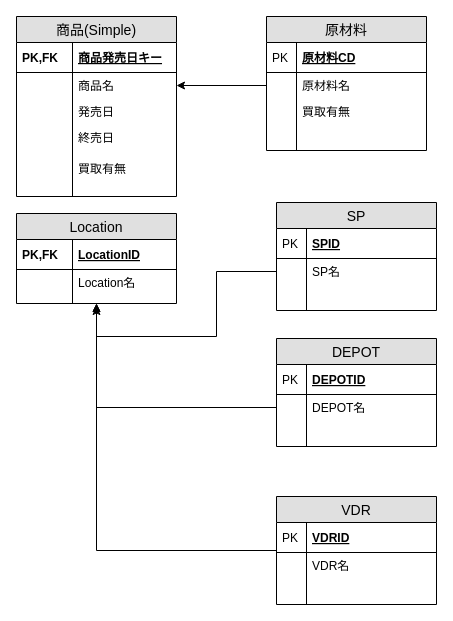
Earlier version of the draw.io diagram page "Page-1" (1 of 2) of D22.drawio (bishop6800/DEMO). Source tidied: cells renumbered, new cells numbered last; positions are measured from the earlier drawing's top-left corner, leaving out a move shared by most shapes. Both pictures are drawn from the tidied source at 100%, with x=0, y=0 at pixel (16, 16).
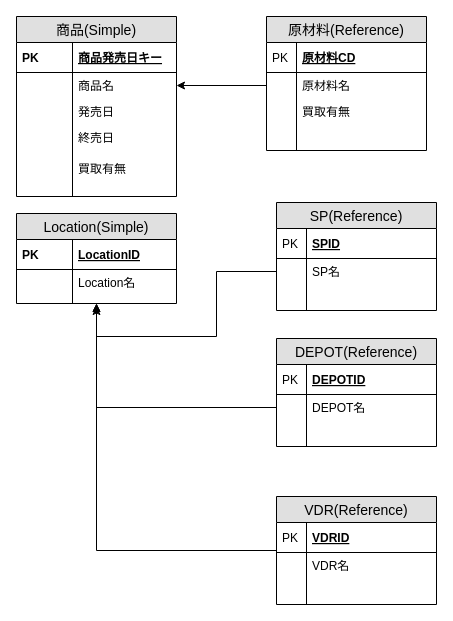
The same diagram, later.

The change refers to these unchanged cells:
```xml
<mxCell id="12" value="商品発売日キー" style="shape=partialRectangle;top=0;left=0;right=0;bottom=1;align=left;verticalAlign=middle;fillColor=none;spacingLeft=60;spacingRight=4;overflow=hidden;fontStyle=5;fontSize=12;" parent="11" vertex="1">
  <mxGeometry y="26" width="160" height="30" as="geometry" />
</mxCell>
<mxCell id="26" value="LocationID" style="shape=partialRectangle;top=0;left=0;right=0;bottom=1;align=left;verticalAlign=middle;fillColor=none;spacingLeft=60;spacingRight=4;overflow=hidden;fontStyle=5;fontSize=12;" parent="25" vertex="1">
  <mxGeometry y="26" width="160" height="30" as="geometry" />
</mxCell>
```

Diff of the diagram source:
```diff
@@
-    <mxCell id="2" value="原材料" style="swimlane;fontStyle=0;horizontal=1;startSize=26;fillColor=#e0e0e0;swimlaneFillColor=#ffffff;align=center;fontSize=14;" parent="1" vertex="1">
+    <mxCell id="2" value="原材料(Reference)" style="swimlane;fontStyle=0;horizontal=1;startSize=26;fillColor=#e0e0e0;swimlaneFillColor=#ffffff;align=center;fontSize=14;" parent="1" vertex="1">
       <mxGeometry x="250" width="160" height="134" as="geometry" />
     </mxCell>
@@
-    <mxCell id="13" value="PK,FK" style="shape=partialRectangle;fontStyle=1;top=0;left=0;bottom=0;fillColor=none;align=left;verticalAlign=middle;spacingLeft=4;spacingRight=4;overflow=hidden;fontSize=12;" parent="12" vertex="1">
+    <mxCell id="13" value="PK" style="shape=partialRectangle;fontStyle=1;top=0;left=0;bottom=0;fillColor=none;align=left;verticalAlign=middle;spacingLeft=4;spacingRight=4;overflow=hidden;fontSize=12;" parent="12" vertex="1">
       <mxGeometry width="56" height="30" as="geometry" />
     </mxCell>
@@
-    <mxCell id="25" value="Location" style="swimlane;fontStyle=0;horizontal=1;startSize=26;fillColor=#e0e0e0;swimlaneFillColor=#ffffff;align=center;fontSize=14;" parent="1" vertex="1">
+    <mxCell id="25" value="Location(Simple)" style="swimlane;fontStyle=0;horizontal=1;startSize=26;fillColor=#e0e0e0;swimlaneFillColor=#ffffff;align=center;fontSize=14;" parent="1" vertex="1">
       <mxGeometry y="197" width="160" height="90" as="geometry" />
     </mxCell>
@@
-    <mxCell id="27" value="PK,FK" style="shape=partialRectangle;fontStyle=1;top=0;left=0;bottom=0;fillColor=none;align=left;verticalAlign=middle;spacingLeft=4;spacingRight=4;overflow=hidden;fontSize=12;" parent="26" vertex="1">
+    <mxCell id="27" value="PK" style="shape=partialRectangle;fontStyle=1;top=0;left=0;bottom=0;fillColor=none;align=left;verticalAlign=middle;spacingLeft=4;spacingRight=4;overflow=hidden;fontSize=12;" parent="26" vertex="1">
       <mxGeometry width="56" height="30" as="geometry" />
     </mxCell>
@@
-    <mxCell id="32" value="SP" style="swimlane;fontStyle=0;horizontal=1;startSize=26;fillColor=#e0e0e0;swimlaneFillColor=#ffffff;align=center;fontSize=14;" parent="1" vertex="1">
+    <mxCell id="32" value="SP(Reference)" style="swimlane;fontStyle=0;horizontal=1;startSize=26;fillColor=#e0e0e0;swimlaneFillColor=#ffffff;align=center;fontSize=14;" parent="1" vertex="1">
       <mxGeometry x="260" y="186" width="160" height="108" as="geometry" />
     </mxCell>
@@
-    <mxCell id="39" value="DEPOT" style="swimlane;fontStyle=0;horizontal=1;startSize=26;fillColor=#e0e0e0;swimlaneFillColor=#ffffff;align=center;fontSize=14;" parent="1" vertex="1">
+    <mxCell id="39" value="DEPOT(Reference)" style="swimlane;fontStyle=0;horizontal=1;startSize=26;fillColor=#e0e0e0;swimlaneFillColor=#ffffff;align=center;fontSize=14;" parent="1" vertex="1">
       <mxGeometry x="260" y="322" width="160" height="108" as="geometry" />
     </mxCell>
@@
-    <mxCell id="47" value="VDR" style="swimlane;fontStyle=0;horizontal=1;startSize=26;fillColor=#e0e0e0;swimlaneFillColor=#ffffff;align=center;fontSize=14;" parent="1" vertex="1">
+    <mxCell id="47" value="VDR(Reference)" style="swimlane;fontStyle=0;horizontal=1;startSize=26;fillColor=#e0e0e0;swimlaneFillColor=#ffffff;align=center;fontSize=14;" parent="1" vertex="1">
       <mxGeometry x="260" y="480" width="160" height="108" as="geometry" />
     </mxCell>
```
